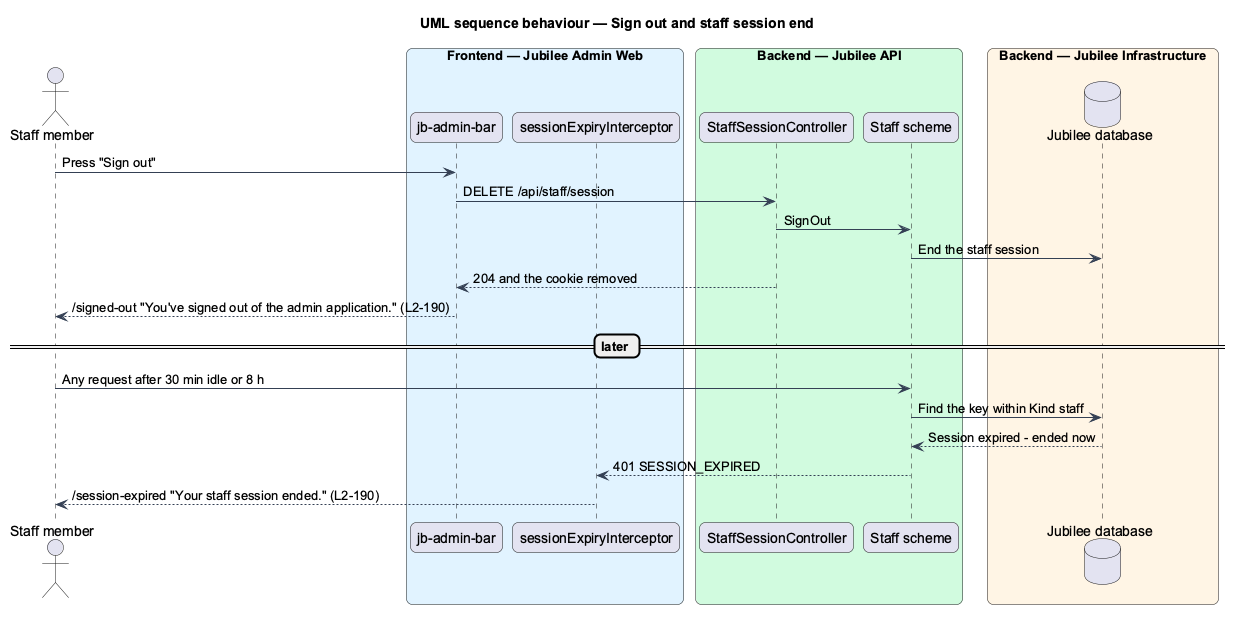
QuinntyneBrown/jubilee keeps this PlantUML diagram as docs/detailed-designs/accounts/sign-in-as-staff/diagrams/sequence-sign-out-and-expiry.png. Above is the earlier version.
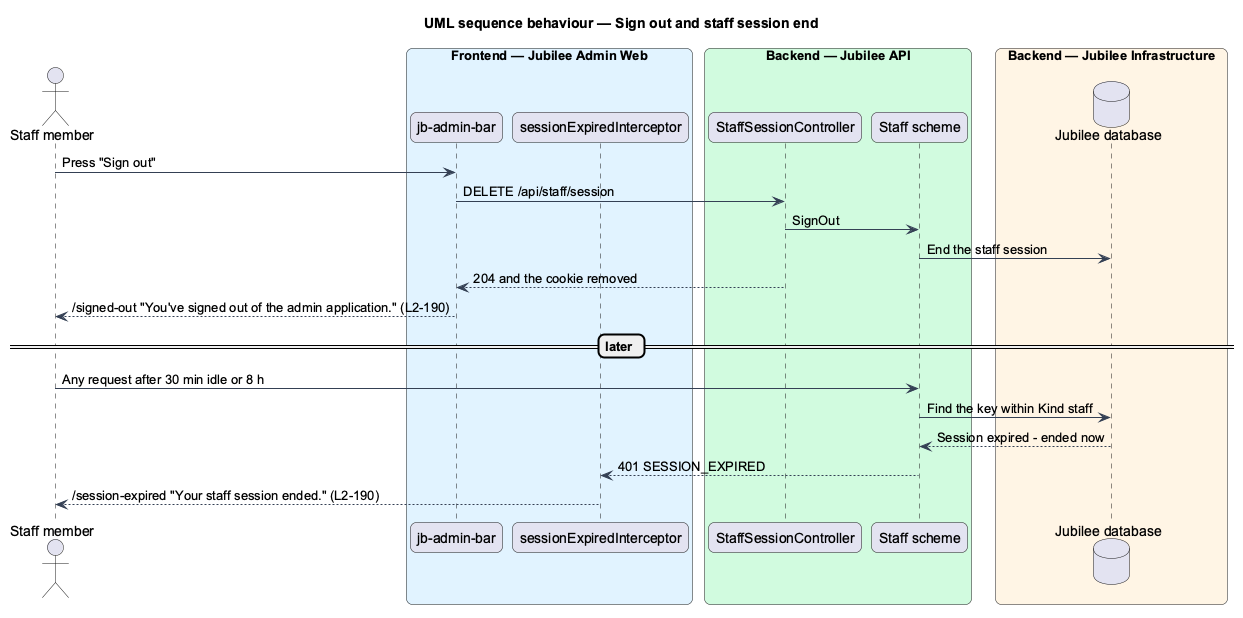
The same file after the commit.

Commit message:
Name the admin application's sign-in page and interceptor as the code does

What changed in the source:
```diff
@@ -8,7 +8,7 @@
 actor "Staff member" as actor
 box "Frontend — Jubilee Admin Web" #E0F2FE
   participant "jb-admin-bar" as bar
-  participant "sessionExpiryInterceptor" as expiry
+  participant "sessionExpiredInterceptor" as expiry
 end box
 box "Backend — Jubilee API" #D1FADF
   participant "StaffSessionController" as ctrl
```
